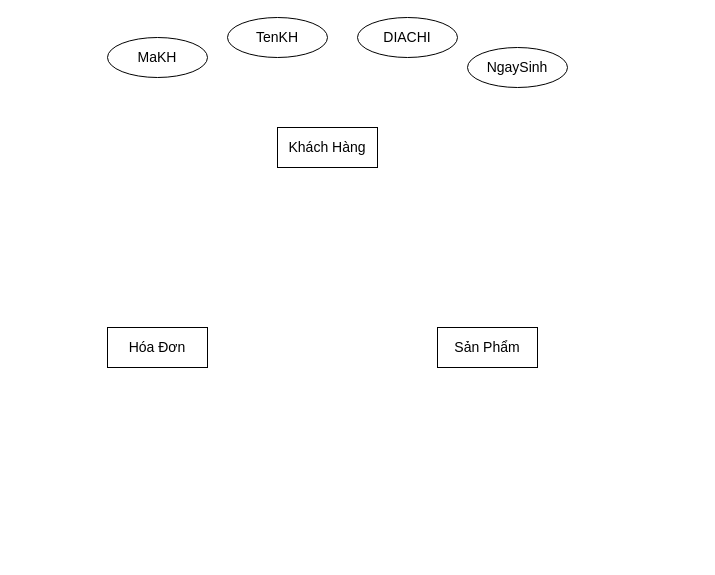
This is Untitled Diagram.drawio from vovanky/java1, a draw.io file, before an edit. Source tidied: cells renumbered, new cells numbered last; positions are measured from the earlier drawing's top-left corner, leaving out a move shared by most shapes. Both pictures are drawn from the tidied source at 100%, with x=0, y=0 at pixel (107, 17).
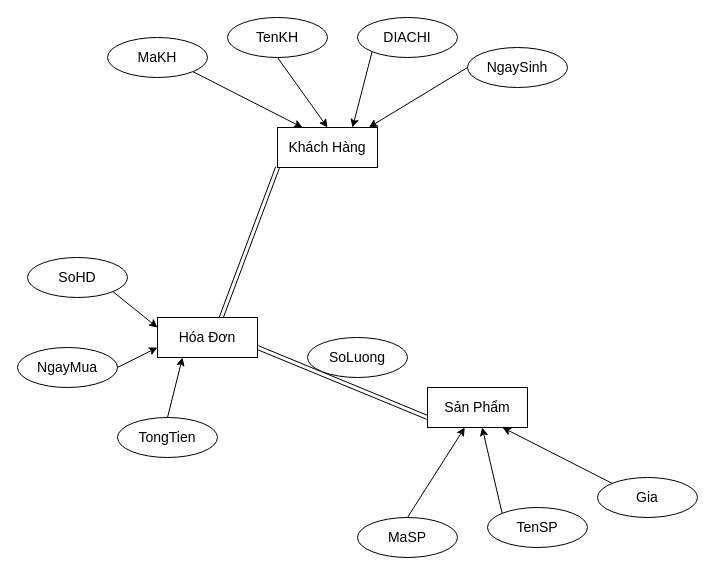
Above is the later version.

Unchanged cells that the change refers to:
```xml
<mxCell id="2" value="&lt;font style=&quot;font-size: 14px&quot;&gt;Khách Hàng&lt;/font&gt;" style="whiteSpace=wrap;html=1;align=center;" parent="1" vertex="1">
  <mxGeometry x="170" y="110" width="100" height="40" as="geometry" />
</mxCell>
<mxCell id="3" value="&lt;font style=&quot;font-size: 14px&quot;&gt;MaKH&lt;/font&gt;" style="ellipse;whiteSpace=wrap;html=1;align=center;" parent="1" vertex="1">
  <mxGeometry y="20" width="100" height="40" as="geometry" />
</mxCell>
<mxCell id="4" value="&lt;font style=&quot;font-size: 14px&quot;&gt;TenKH&lt;/font&gt;" style="ellipse;whiteSpace=wrap;html=1;align=center;" parent="1" vertex="1">
  <mxGeometry x="120" width="100" height="40" as="geometry" />
</mxCell>
<mxCell id="5" value="&lt;font style=&quot;font-size: 14px&quot;&gt;DIACHI&lt;/font&gt;" style="ellipse;whiteSpace=wrap;html=1;align=center;" parent="1" vertex="1">
  <mxGeometry x="250" width="100" height="40" as="geometry" />
</mxCell>
<mxCell id="6" value="&lt;font style=&quot;font-size: 14px&quot;&gt;NgaySinh&lt;/font&gt;" style="ellipse;whiteSpace=wrap;html=1;align=center;" parent="1" vertex="1">
  <mxGeometry x="360" y="30" width="100" height="40" as="geometry" />
</mxCell>
```

The edit, as a diff of the source:
```diff
@@
+    <mxCell id="9" style="edgeStyle=none;shape=link;rounded=0;jettySize=auto;html=1;exitX=0;exitY=1;exitDx=0;exitDy=0;" parent="1" edge="1" source="2">
+      <mxGeometry relative="1" as="geometry">
+        <mxPoint x="110" y="310" as="targetPoint" />
+      </mxGeometry>
+    </mxCell>
@@
+    <mxCell id="10" style="edgeStyle=none;rounded=0;jettySize=auto;html=1;exitX=1;exitY=1;exitDx=0;exitDy=0;entryX=0.25;entryY=0;entryDx=0;entryDy=0;" parent="1" edge="1" source="3" target="2">
+      <mxGeometry relative="1" as="geometry" />
+    </mxCell>
@@
+    <mxCell id="11" style="edgeStyle=none;rounded=0;jettySize=auto;html=1;exitX=0.5;exitY=1;exitDx=0;exitDy=0;entryX=0.5;entryY=0;entryDx=0;entryDy=0;" parent="1" edge="1" source="4" target="2">
+      <mxGeometry relative="1" as="geometry" />
+    </mxCell>
@@
+    <mxCell id="12" style="edgeStyle=none;rounded=0;jettySize=auto;html=1;exitX=0;exitY=1;exitDx=0;exitDy=0;entryX=0.75;entryY=0;entryDx=0;entryDy=0;" parent="1" edge="1" source="5" target="2">
+      <mxGeometry relative="1" as="geometry" />
+    </mxCell>
@@
+    <mxCell id="13" style="edgeStyle=none;rounded=0;jettySize=auto;html=1;exitX=0;exitY=0.5;exitDx=0;exitDy=0;entryX=0.914;entryY=-0.004;entryDx=0;entryDy=0;entryPerimeter=0;" parent="1" edge="1" source="6" target="2">
+      <mxGeometry relative="1" as="geometry" />
+    </mxCell>
@@
+    <mxCell id="14" style="edgeStyle=none;shape=link;rounded=0;jettySize=auto;html=1;exitX=1;exitY=0.75;exitDx=0;exitDy=0;entryX=0;entryY=0.75;entryDx=0;entryDy=0;" parent="1" edge="1" source="7" target="8">
+      <mxGeometry relative="1" as="geometry" />
+    </mxCell>
     <mxCell id="7" value="&lt;font style=&quot;font-size: 14px&quot;&gt;Hóa Đơn&lt;/font&gt;" style="whiteSpace=wrap;html=1;align=center;" parent="1" vertex="1">
-      <mxGeometry y="310" width="100" height="40" as="geometry" />
+      <mxGeometry x="50" y="300" width="100" height="40" as="geometry" />
     </mxCell>
     <mxCell id="8" value="&lt;font style=&quot;font-size: 14px&quot;&gt;Sản Phẩm&lt;/font&gt;" style="whiteSpace=wrap;html=1;align=center;" parent="1" vertex="1">
-      <mxGeometry x="330" y="310" width="100" height="40" as="geometry" />
+      <mxGeometry x="320" y="370" width="100" height="40" as="geometry" />
     </mxCell>
+    <mxCell id="15" style="edgeStyle=none;rounded=0;jettySize=auto;html=1;exitX=0.5;exitY=0;exitDx=0;exitDy=0;" parent="1" edge="1" source="16" target="8">
+      <mxGeometry relative="1" as="geometry" />
+    </mxCell>
+    <mxCell id="16" value="&lt;font style=&quot;font-size: 14px&quot;&gt;MaSP&lt;/font&gt;" style="ellipse;whiteSpace=wrap;html=1;align=center;" parent="1" vertex="1">
+      <mxGeometry x="250" y="500" width="100" height="40" as="geometry" />
+    </mxCell>
+    <mxCell id="17" style="edgeStyle=none;rounded=0;jettySize=auto;html=1;exitX=0;exitY=0;exitDx=0;exitDy=0;" parent="1" edge="1" source="18" target="8">
+      <mxGeometry relative="1" as="geometry" />
+    </mxCell>
+    <mxCell id="18" value="&lt;font style=&quot;font-size: 14px&quot;&gt;TenSP&lt;/font&gt;" style="ellipse;whiteSpace=wrap;html=1;align=center;" parent="1" vertex="1">
+      <mxGeometry x="380" y="490" width="100" height="40" as="geometry" />
+    </mxCell>
+    <mxCell id="19" style="edgeStyle=none;rounded=0;jettySize=auto;html=1;exitX=0;exitY=0;exitDx=0;exitDy=0;entryX=0.75;entryY=1;entryDx=0;entryDy=0;" parent="1" edge="1" source="20" target="8">
+      <mxGeometry relative="1" as="geometry" />
+    </mxCell>
+    <mxCell id="20" value="&lt;span style=&quot;font-size: 14px&quot;&gt;Gia&lt;/span&gt;" style="ellipse;whiteSpace=wrap;html=1;align=center;" parent="1" vertex="1">
+      <mxGeometry x="490" y="460" width="100" height="40" as="geometry" />
+    </mxCell>
+    <mxCell id="21" style="edgeStyle=none;rounded=0;jettySize=auto;html=1;exitX=1;exitY=1;exitDx=0;exitDy=0;entryX=0;entryY=0.25;entryDx=0;entryDy=0;" parent="1" edge="1" source="22" target="7">
+      <mxGeometry relative="1" as="geometry" />
+    </mxCell>
+    <mxCell id="22" value="&lt;font style=&quot;font-size: 14px&quot;&gt;SoHD&lt;/font&gt;" style="ellipse;whiteSpace=wrap;html=1;align=center;" parent="1" vertex="1">
+      <mxGeometry x="-80" y="240" width="100" height="40" as="geometry" />
+    </mxCell>
+    <mxCell id="23" style="edgeStyle=none;rounded=0;jettySize=auto;html=1;exitX=1;exitY=0.5;exitDx=0;exitDy=0;entryX=0;entryY=0.75;entryDx=0;entryDy=0;" parent="1" edge="1" source="24" target="7">
+      <mxGeometry relative="1" as="geometry" />
+    </mxCell>
+    <mxCell id="24" value="&lt;font style=&quot;font-size: 14px&quot;&gt;NgayMua&lt;/font&gt;" style="ellipse;whiteSpace=wrap;html=1;align=center;" parent="1" vertex="1">
+      <mxGeometry x="-90" y="330" width="100" height="40" as="geometry" />
+    </mxCell>
+    <mxCell id="25" style="edgeStyle=none;rounded=0;jettySize=auto;html=1;exitX=0.5;exitY=0;exitDx=0;exitDy=0;entryX=0.25;entryY=1;entryDx=0;entryDy=0;" parent="1" edge="1" source="26" target="7">
+      <mxGeometry relative="1" as="geometry" />
+    </mxCell>
+    <mxCell id="26" value="&lt;font style=&quot;font-size: 14px&quot;&gt;TongTien&lt;/font&gt;" style="ellipse;whiteSpace=wrap;html=1;align=center;" parent="1" vertex="1">
+      <mxGeometry x="10" y="400" width="100" height="40" as="geometry" />
+    </mxCell>
+    <mxCell id="27" value="&lt;font style=&quot;font-size: 14px&quot;&gt;SoLuong&lt;/font&gt;" style="ellipse;whiteSpace=wrap;html=1;align=center;" parent="1" vertex="1">
+      <mxGeometry x="200" y="320" width="100" height="40" as="geometry" />
+    </mxCell>
```
